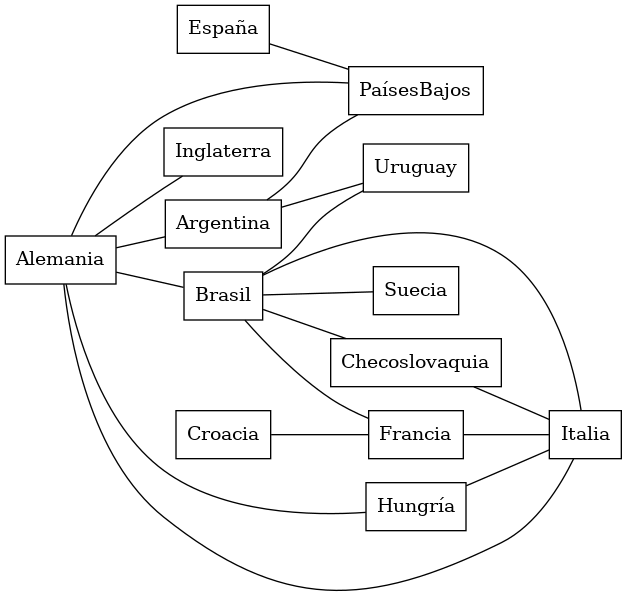
This is test2.gv.png from luisferuam/edyl-graph, a Graphviz export, as it was before one commit. Its source is kept beside it as test2.gv.
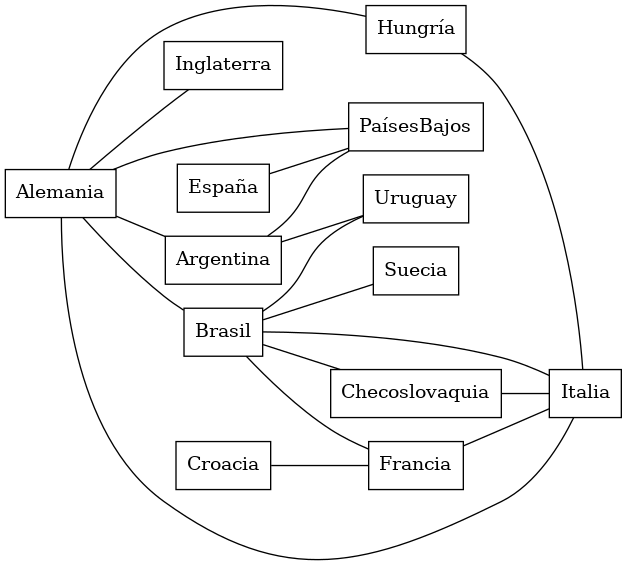
The same diagram one commit later.

What changed in the source:
```diff
@@ -1,36 +1,36 @@
 graph {
   rankdir=LR;
 
+  Francia[shape=box]
+  Alemania[shape=box]
+  Uruguay[shape=box]
+  Croacia[shape=box]
+  Hungría[shape=box]
+  Suecia[shape=box]
+  Inglaterra[shape=box]
+  PaísesBajos[shape=box]
+  España[shape=box]
   Brasil[shape=box]
-  Uruguay[shape=box]
-  Checoslovaquia[shape=box]
-  Hungría[shape=box]
-  Croacia[shape=box]
-  España[shape=box]
-  PaísesBajos[shape=box]
   Italia[shape=box]
   Argentina[shape=box]
-  Francia[shape=box]
-  Inglaterra[shape=box]
-  Alemania[shape=box]
-  Suecia[shape=box]
+  Checoslovaquia[shape=box]
 
-  Brasil -- Suecia
+  Checoslovaquia -- Italia
+  Brasil -- Francia
+  Argentina -- Uruguay
   Alemania -- Italia
   Alemania -- PaísesBajos
+  Brasil -- Checoslovaquia
+  Hungría -- Italia
+  Argentina -- PaísesBajos
+  España -- PaísesBajos
+  Alemania -- Argentina
+  Brasil -- Suecia
+  Alemania -- Brasil
+  Croacia -- Francia
+  Alemania -- Hungría
   Francia -- Italia
-  Alemania -- Argentina
-  Alemania -- Hungría
-  Argentina -- Uruguay
-  Argentina -- PaísesBajos
-  Croacia -- Francia
-  Brasil -- Francia
-  Checoslovaquia -- Italia
   Alemania -- Inglaterra
-  Brasil -- Checoslovaquia
-  Alemania -- Brasil
-  España -- PaísesBajos
   Brasil -- Uruguay
-  Hungría -- Italia
   Brasil -- Italia
 }
```
